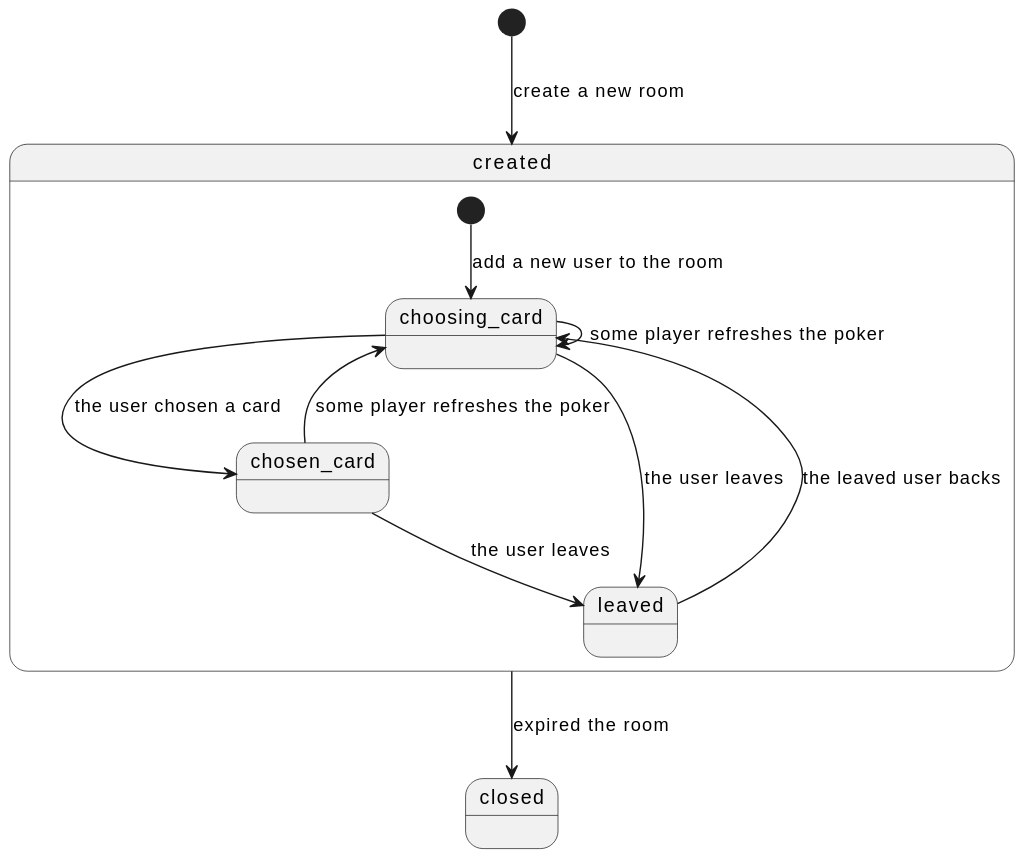
The PlantUML diagram doc/product/state_transition.svg in yuizho/salon, before a commit.
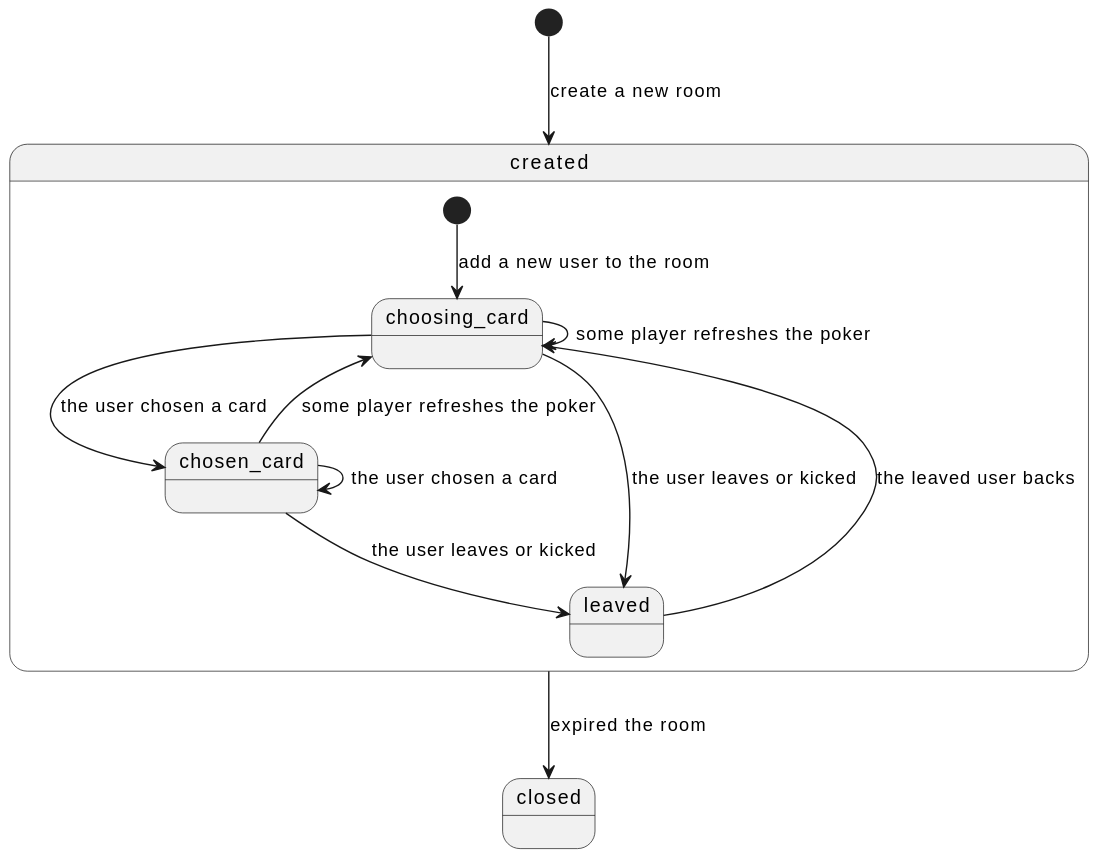
Above is the later version.

Commit message:
modify RDRA diagrams

Change to the diagram source:
```diff
@@ -4,9 +4,10 @@
     [*] --> choosing_card: add a new user to the room
     choosing_card --> choosing_card: some player refreshes the poker
     choosing_card --> chosen_card: the user chosen a card
+    chosen_card --> chosen_card: the user chosen a card
     chosen_card --> choosing_card: some player refreshes the poker
-    choosing_card --> leaved: the user leaves
-    chosen_card --> leaved: the user leaves
+    choosing_card --> leaved: the user leaves or kicked
+    chosen_card --> leaved: the user leaves or kicked
     leaved --> choosing_card: the leaved user backs
 }
 
```
